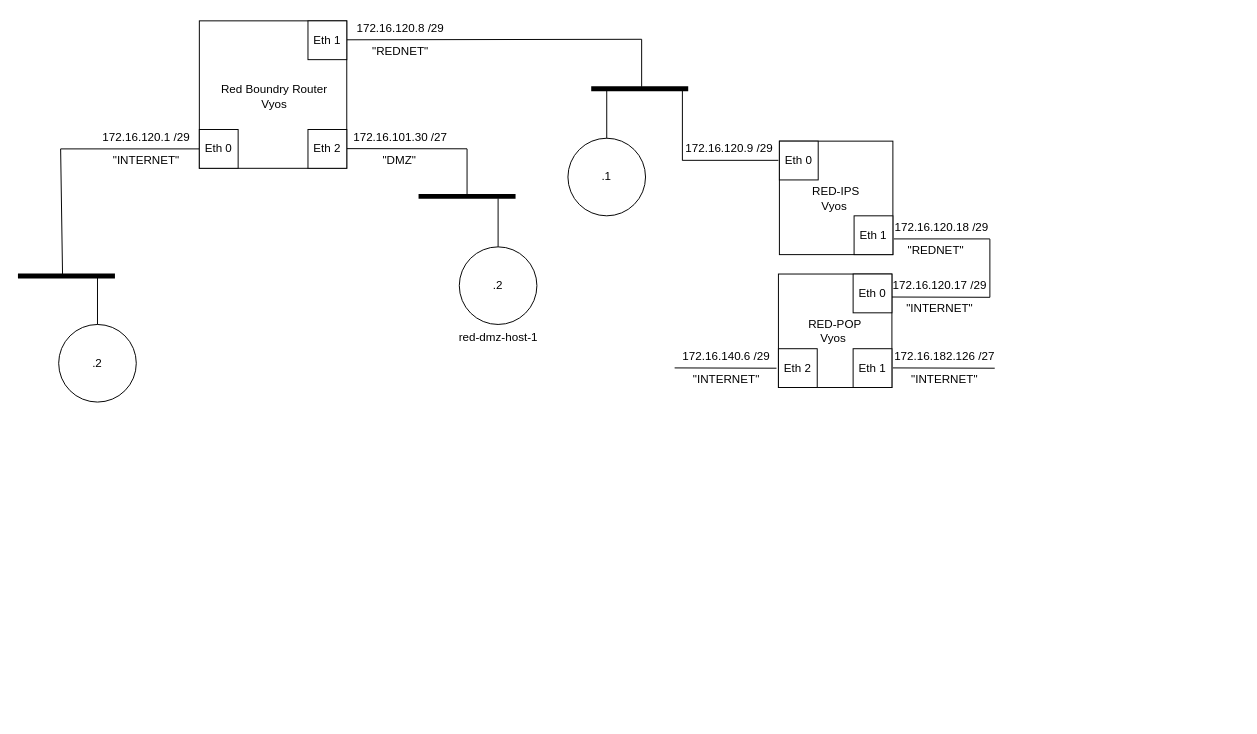
Above: Untitled Diagram.drawio in Collusion22/network-map (draw.io), before the change. Source tidied: cells renumbered, new cells numbered last; positions are measured from the earlier drawing's top-left corner, leaving out a move shared by most shapes. Both pictures are drawn from the tidied source at 97%, with x=0, y=0 at pixel (17, 16).
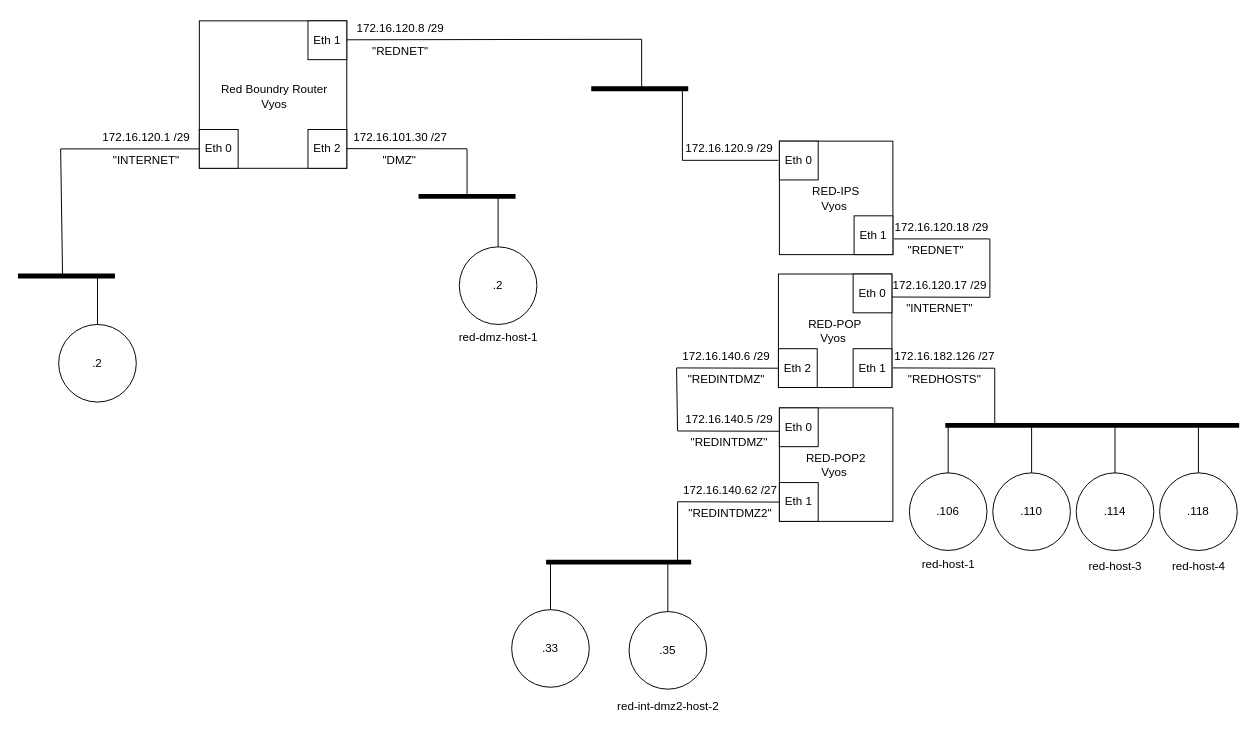
Above is the later version.

Change to the diagram source:
```diff
@@
     <mxCell id="44" style="endArrow=none;html=1;rounded=0;" parent="1" edge="1">
       <mxGeometry relative="1" as="geometry">
-        <mxPoint x="782" y="362.1" as="sourcePoint" />
-        <mxPoint x="677" y="361.8" as="targetPoint" />
+        <mxPoint x="784" y="362.1" as="sourcePoint" />
+        <mxPoint x="679" y="361.8" as="targetPoint" />
       </mxGeometry>
     </mxCell>
@@
-    <mxCell id="46" value="&quot;INTERNET&quot;" style="text;html=1;align=center;verticalAlign=middle;strokeColor=none;fillColor=none;spacingBottom=0;" parent="1" vertex="1">
-      <mxGeometry x="686.5" y="362" width="86" height="24" as="geometry" />
+    <mxCell id="46" value="&quot;REDINTDMZ&quot;" style="text;html=1;align=center;verticalAlign=middle;strokeColor=none;fillColor=none;spacingBottom=0;" parent="1" vertex="1">
+      <mxGeometry x="681.5" y="362" width="97" height="24" as="geometry" />
     </mxCell>
@@
-    <mxCell id="49" value="&quot;INTERNET&quot;" style="text;html=1;align=center;verticalAlign=middle;strokeColor=none;fillColor=none;spacingBottom=0;" parent="1" vertex="1">
-      <mxGeometry x="911.5" y="362" width="86" height="24" as="geometry" />
+    <mxCell id="49" value="&quot;REDHOSTS&quot;" style="text;html=1;align=center;verticalAlign=middle;strokeColor=none;fillColor=none;spacingBottom=0;" parent="1" vertex="1">
+      <mxGeometry x="908.5" y="362" width="93" height="24" as="geometry" />
     </mxCell>
-    <mxCell id="50" style="endArrow=none;html=1;rounded=0;" parent="1" edge="1">
-      <mxGeometry relative="1" as="geometry">
-        <mxPoint x="607" y="126" as="sourcePoint" />
-        <mxPoint x="607" y="75" as="targetPoint" />
-      </mxGeometry>
-    </mxCell>
-    <mxCell id="51" value=".1" style="ellipse;whiteSpace=wrap;html=1;" parent="1" vertex="1">
-      <mxGeometry x="567" y="125" width="80" height="80" as="geometry" />
-    </mxCell>
@@
+    <mxCell id="53" style="endArrow=none;html=1;rounded=0;" parent="1" edge="1">
+      <mxGeometry relative="1" as="geometry">
+        <mxPoint x="1007" y="422" as="sourcePoint" />
+        <mxPoint x="1007" y="362" as="targetPoint" />
+      </mxGeometry>
+    </mxCell>
+    <mxCell id="54" style="shape=link;html=1;rounded=0;strokeWidth=3;width=-4;" parent="1" edge="1">
+      <mxGeometry relative="1" as="geometry">
+        <mxPoint x="956" y="421" as="sourcePoint" />
+        <mxPoint x="1259" y="421" as="targetPoint" />
+      </mxGeometry>
+    </mxCell>
+    <mxCell id="55" style="endArrow=none;html=1;rounded=0;" parent="1" edge="1">
+      <mxGeometry relative="1" as="geometry">
+        <mxPoint x="959" y="471" as="sourcePoint" />
+        <mxPoint x="959" y="420" as="targetPoint" />
+      </mxGeometry>
+    </mxCell>
+    <mxCell id="56" value=".106" style="ellipse;whiteSpace=wrap;html=1;" parent="1" vertex="1">
+      <mxGeometry x="919" y="470" width="80" height="80" as="geometry" />
+    </mxCell>
+    <mxCell id="57" style="endArrow=none;html=1;rounded=0;" parent="1" edge="1">
+      <mxGeometry relative="1" as="geometry">
+        <mxPoint x="1045" y="471" as="sourcePoint" />
+        <mxPoint x="1045" y="420" as="targetPoint" />
+      </mxGeometry>
+    </mxCell>
+    <mxCell id="58" value=".110" style="ellipse;whiteSpace=wrap;html=1;" parent="1" vertex="1">
+      <mxGeometry x="1005" y="470" width="80" height="80" as="geometry" />
+    </mxCell>
+    <mxCell id="59" style="endArrow=none;html=1;rounded=0;" parent="1" edge="1">
+      <mxGeometry relative="1" as="geometry">
+        <mxPoint x="1131" y="471" as="sourcePoint" />
+        <mxPoint x="1131" y="420" as="targetPoint" />
+      </mxGeometry>
+    </mxCell>
+    <mxCell id="60" value=".114" style="ellipse;whiteSpace=wrap;html=1;" parent="1" vertex="1">
+      <mxGeometry x="1091" y="470" width="80" height="80" as="geometry" />
+    </mxCell>
+    <mxCell id="61" style="endArrow=none;html=1;rounded=0;" parent="1" edge="1">
+      <mxGeometry relative="1" as="geometry">
+        <mxPoint x="1217" y="471" as="sourcePoint" />
+        <mxPoint x="1217" y="420" as="targetPoint" />
+      </mxGeometry>
+    </mxCell>
+    <mxCell id="62" value=".118" style="ellipse;whiteSpace=wrap;html=1;" parent="1" vertex="1">
+      <mxGeometry x="1177" y="470" width="80" height="80" as="geometry" />
+    </mxCell>
+    <mxCell id="63" value="red-host-1" style="text;html=1;align=center;verticalAlign=middle;strokeColor=none;fillColor=none;spacingBottom=0;" parent="1" vertex="1">
+      <mxGeometry x="922.5" y="553" width="73" height="24" as="geometry" />
+    </mxCell>
+    <mxCell id="64" value="&lt;div&gt;RED-POP2&lt;/div&gt;&lt;div&gt;Vyos&amp;nbsp;&lt;/div&gt;" style="whiteSpace=wrap;html=1;" parent="1" vertex="1">
+      <mxGeometry x="785" y="403" width="117" height="117" as="geometry" />
+    </mxCell>
+    <mxCell id="65" style="endArrow=none;html=1;rounded=0;" parent="1" edge="1">
+      <mxGeometry relative="1" as="geometry">
+        <mxPoint x="785" y="427.1" as="sourcePoint" />
+        <mxPoint x="680" y="426.8" as="targetPoint" />
+      </mxGeometry>
+    </mxCell>
+    <mxCell id="66" value="172.16.140.5 /29" style="text;html=1;align=center;verticalAlign=middle;strokeColor=none;fillColor=none;spacingBottom=0;" parent="1" vertex="1">
+      <mxGeometry x="679" y="403" width="108" height="24" as="geometry" />
+    </mxCell>
+    <mxCell id="67" value="&quot;REDINTDMZ&quot;" style="text;html=1;align=center;verticalAlign=middle;strokeColor=none;fillColor=none;spacingBottom=0;" parent="1" vertex="1">
+      <mxGeometry x="684.5" y="427" width="97" height="24" as="geometry" />
+    </mxCell>
+    <mxCell id="68" style="endArrow=none;html=1;rounded=0;exitX=0.009;exitY=0.98;exitDx=0;exitDy=0;exitPerimeter=0;" parent="1" edge="1">
+      <mxGeometry relative="1" as="geometry">
+        <mxPoint x="680" y="426.5" as="sourcePoint" />
+        <mxPoint x="679" y="362" as="targetPoint" />
+      </mxGeometry>
+    </mxCell>
+    <mxCell id="69" value="Eth 0" style="whiteSpace=wrap;html=1;" parent="1" vertex="1">
+      <mxGeometry x="785" y="403" width="40" height="40" as="geometry" />
+    </mxCell>
+    <mxCell id="70" value="Eth 1" style="whiteSpace=wrap;html=1;" parent="1" vertex="1">
+      <mxGeometry x="785" y="480" width="40" height="40" as="geometry" />
+    </mxCell>
+    <mxCell id="71" style="endArrow=none;html=1;rounded=0;" parent="1" edge="1">
+      <mxGeometry relative="1" as="geometry">
+        <mxPoint x="785" y="500.1" as="sourcePoint" />
+        <mxPoint x="680" y="499.8" as="targetPoint" />
+      </mxGeometry>
+    </mxCell>
+    <mxCell id="72" value="172.16.140.62 /27" style="text;html=1;align=center;verticalAlign=middle;strokeColor=none;fillColor=none;spacingBottom=0;" parent="1" vertex="1">
+      <mxGeometry x="676" y="476" width="115" height="24" as="geometry" />
+    </mxCell>
+    <mxCell id="73" value="&quot;REDINTDMZ2&quot;" style="text;html=1;align=center;verticalAlign=middle;strokeColor=none;fillColor=none;spacingBottom=0;" parent="1" vertex="1">
+      <mxGeometry x="681.5" y="500" width="104" height="24" as="geometry" />
+    </mxCell>
+    <mxCell id="74" style="endArrow=none;html=1;rounded=0;" parent="1" edge="1">
+      <mxGeometry relative="1" as="geometry">
+        <mxPoint x="680" y="560" as="sourcePoint" />
+        <mxPoint x="680" y="500" as="targetPoint" />
+      </mxGeometry>
+    </mxCell>
+    <mxCell id="75" style="shape=link;html=1;rounded=0;strokeWidth=3;width=-4;" parent="1" edge="1">
+      <mxGeometry relative="1" as="geometry">
+        <mxPoint x="544.5" y="562" as="sourcePoint" />
+        <mxPoint x="694" y="562" as="targetPoint" />
+      </mxGeometry>
+    </mxCell>
+    <mxCell id="76" style="endArrow=none;html=1;rounded=0;" parent="1" edge="1">
+      <mxGeometry relative="1" as="geometry">
+        <mxPoint x="549" y="612" as="sourcePoint" />
+        <mxPoint x="549" y="561" as="targetPoint" />
+      </mxGeometry>
+    </mxCell>
+    <mxCell id="77" value=".33" style="ellipse;whiteSpace=wrap;html=1;" parent="1" vertex="1">
+      <mxGeometry x="509" y="611" width="80" height="80" as="geometry" />
+    </mxCell>
+    <mxCell id="78" style="endArrow=none;html=1;rounded=0;" parent="1" edge="1">
+      <mxGeometry relative="1" as="geometry">
+        <mxPoint x="670" y="614" as="sourcePoint" />
+        <mxPoint x="670" y="563" as="targetPoint" />
+      </mxGeometry>
+    </mxCell>
+    <mxCell id="79" value=".35" style="ellipse;whiteSpace=wrap;html=1;" parent="1" vertex="1">
+      <mxGeometry x="630" y="613" width="80" height="80" as="geometry" />
+    </mxCell>
+    <mxCell id="80" value="red-int-dmz2-host-2" style="text;html=1;align=center;verticalAlign=middle;strokeColor=none;fillColor=none;spacingBottom=0;" parent="1" vertex="1">
+      <mxGeometry x="608.5" y="699" width="123" height="24" as="geometry" />
+    </mxCell>
+    <mxCell id="81" value="red-host-3" style="text;html=1;align=center;verticalAlign=middle;strokeColor=none;fillColor=none;spacingBottom=0;" parent="1" vertex="1">
+      <mxGeometry x="1094.5" y="555" width="73" height="24" as="geometry" />
+    </mxCell>
+    <mxCell id="82" value="red-host-4" style="text;html=1;align=center;verticalAlign=middle;strokeColor=none;fillColor=none;spacingBottom=0;" parent="1" vertex="1">
+      <mxGeometry x="1180.5" y="555" width="73" height="24" as="geometry" />
+    </mxCell>
```
